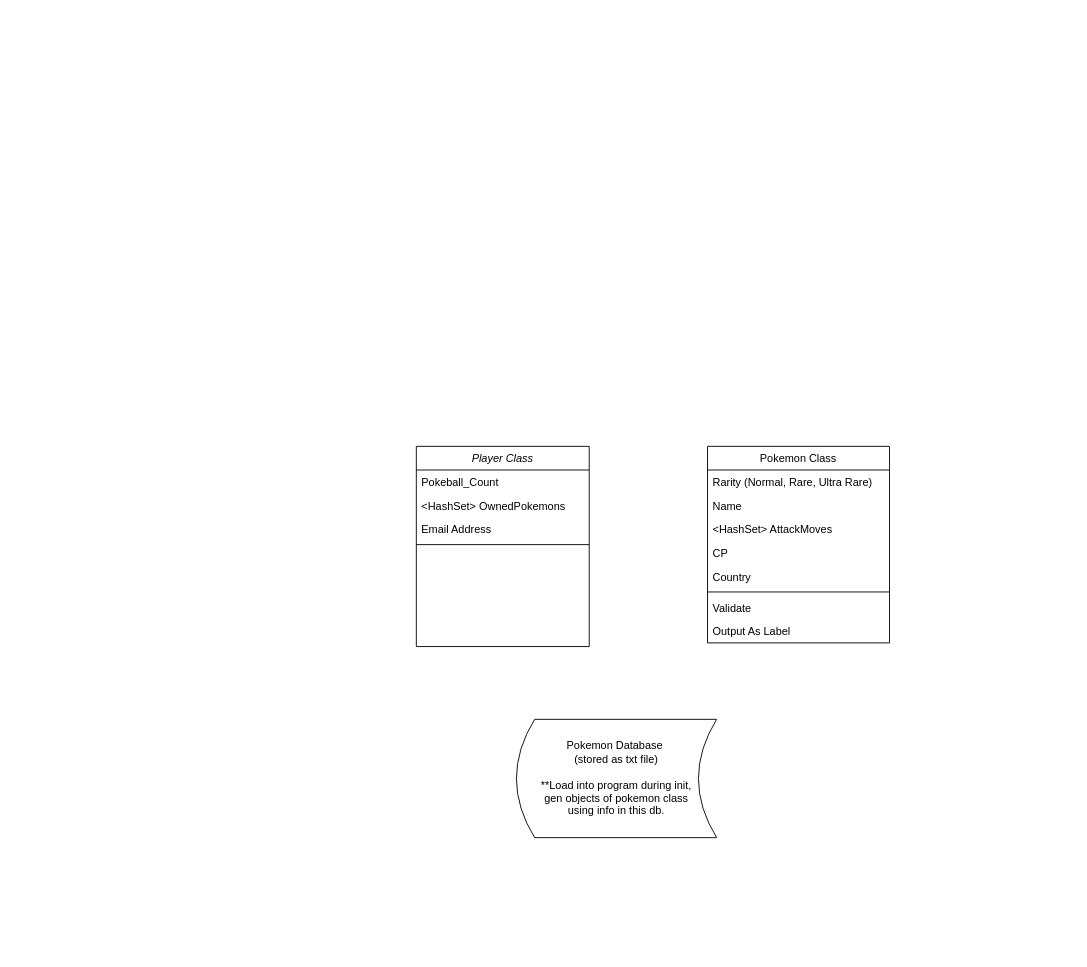
tpmmthomas/ierg3080-pokemon-go keeps this draw.io diagram as Untitled Diagram.drawio. Above is the earlier version. Source tidied: cells renumbered, new cells numbered last; positions are measured from the earlier drawing's top-left corner, leaving out a move shared by most shapes. Both pictures are drawn from the tidied source at 91%, with x=0, y=0 at pixel (416, 446).
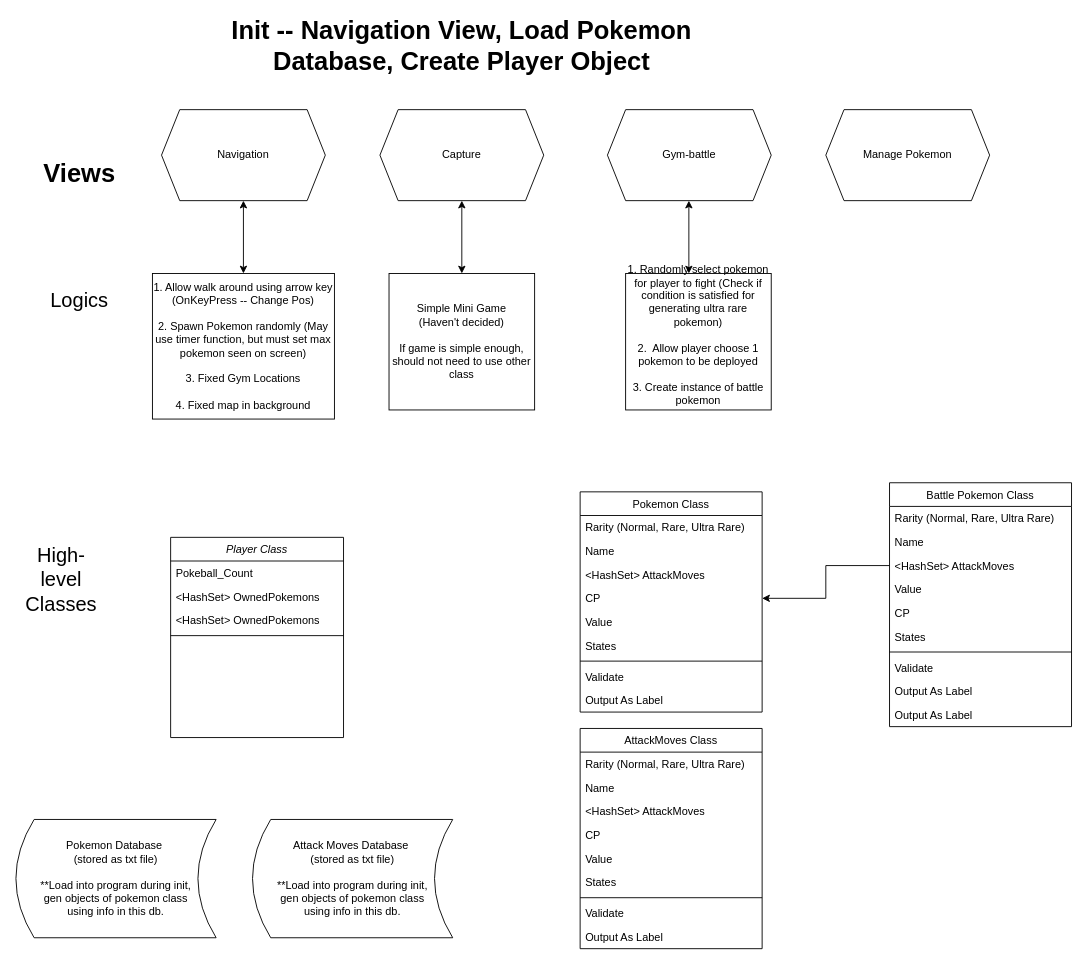
After the change.

Unchanged cells that the change refers to:
```xml
<mxCell id="10" value="&lt;HashSet&gt; AttackMoves" style="text;align=left;verticalAlign=top;spacingLeft=4;spacingRight=4;overflow=hidden;points=[[0,0.5],[1,0.5]];portConstraint=eastwest;rounded=0;shadow=0;html=0;" parent="7" vertex="1">
  <mxGeometry y="78" width="200" height="26" as="geometry" />
</mxCell>
```

Diff of the diagram source:
```diff
@@
     <mxCell id="2" value="Player Class" style="swimlane;fontStyle=2;align=center;verticalAlign=top;horizontal=1;startSize=26;rounded=0;shadow=0;strokeWidth=1;" parent="1" vertex="1">
-      <mxGeometry width="190" height="220" as="geometry" />
+      <mxGeometry x="-270" y="100" width="190" height="220" as="geometry" />
     </mxCell>
@@
-    <mxCell id="5" value="Email Address" style="text;align=left;verticalAlign=top;spacingLeft=4;spacingRight=4;overflow=hidden;rounded=0;shadow=0;html=0;" parent="2" vertex="1">
-      <mxGeometry y="78" width="190" height="26" as="geometry" />
-    </mxCell>
+    <mxCell id="17" value="&lt;HashSet&gt; OwnedPokemons" style="text;align=left;verticalAlign=top;spacingLeft=4;spacingRight=4;overflow=hidden;rounded=0;shadow=0;html=0;" parent="2" vertex="1">
+      <mxGeometry y="78" width="190" height="26" as="geometry" />
+    </mxCell>
@@
-    <mxCell id="7" value="Pokemon Class" style="swimlane;fontStyle=0;align=center;verticalAlign=top;horizontal=1;startSize=26;rounded=0;shadow=0;strokeWidth=1;" parent="1" vertex="1">
-      <mxGeometry x="320" width="200" height="216" as="geometry" />
+    <mxCell id="7" value="Battle Pokemon Class" style="swimlane;fontStyle=0;align=center;verticalAlign=top;horizontal=1;startSize=26;rounded=0;shadow=0;strokeWidth=1;" parent="1" vertex="1">
+      <mxGeometry x="520" y="40" width="200" height="268" as="geometry" />
     </mxCell>
@@
+    <mxCell id="12" value="Value" style="text;align=left;verticalAlign=top;spacingLeft=4;spacingRight=4;overflow=hidden;rounded=0;shadow=0;html=0;" parent="7" vertex="1">
+      <mxGeometry y="104" width="200" height="26" as="geometry" />
+    </mxCell>
     <mxCell id="11" value="CP" style="text;align=left;verticalAlign=top;spacingLeft=4;spacingRight=4;overflow=hidden;rounded=0;shadow=0;html=0;" parent="7" vertex="1">
-      <mxGeometry y="104" width="200" height="26" as="geometry" />
+      <mxGeometry y="130" width="200" height="26" as="geometry" />
     </mxCell>
-    <mxCell id="12" value="Country" style="text;align=left;verticalAlign=top;spacingLeft=4;spacingRight=4;overflow=hidden;rounded=0;shadow=0;html=0;" parent="7" vertex="1">
-      <mxGeometry y="130" width="200" height="26" as="geometry" />
-    </mxCell>
+    <mxCell id="18" value="States" style="text;align=left;verticalAlign=top;spacingLeft=4;spacingRight=4;overflow=hidden;rounded=0;shadow=0;html=0;" parent="7" vertex="1">
+      <mxGeometry y="156" width="200" height="26" as="geometry" />
+    </mxCell>
     <mxCell id="13" style="line;html=1;strokeWidth=1;align=left;verticalAlign=middle;spacingTop=-1;spacingLeft=3;spacingRight=3;labelPosition=right;" parent="7" vertex="1">
-      <mxGeometry y="156" width="200" height="8" as="geometry" />
+      <mxGeometry y="182" width="200" height="8" as="geometry" />
     </mxCell>
     <mxCell id="14" value="Validate" style="text;align=left;verticalAlign=top;spacingLeft=4;spacingRight=4;overflow=hidden;" parent="7" vertex="1">
-      <mxGeometry y="164" width="200" height="26" as="geometry" />
+      <mxGeometry y="190" width="200" height="26" as="geometry" />
     </mxCell>
+    <mxCell id="19" value="Output As Label" style="text;align=left;verticalAlign=top;spacingLeft=4;spacingRight=4;overflow=hidden;" parent="7" vertex="1">
+      <mxGeometry y="216" width="200" height="26" as="geometry" />
+    </mxCell>
     <mxCell id="15" value="Output As Label" style="text;align=left;verticalAlign=top;spacingLeft=4;spacingRight=4;overflow=hidden;" parent="7" vertex="1">
-      <mxGeometry y="190" width="200" height="26" as="geometry" />
+      <mxGeometry y="242" width="200" height="26" as="geometry" />
     </mxCell>
     <mxCell id="16" value="Pokemon Database&amp;nbsp;&lt;br&gt;(stored as txt file)&lt;br&gt;&lt;br&gt;**Load into program during init,&lt;br&gt;gen objects of pokemon class&lt;br&gt;using info in this db." style="shape=dataStorage;whiteSpace=wrap;html=1;fixedSize=1;" parent="1" vertex="1">
-      <mxGeometry x="110" y="300" width="220" height="130" as="geometry" />
+      <mxGeometry x="-440" y="410" width="220" height="130" as="geometry" />
     </mxCell>
+    <mxCell id="20" value="Navigation" style="shape=hexagon;perimeter=hexagonPerimeter2;whiteSpace=wrap;html=1;fixedSize=1;" parent="1" vertex="1">
+      <mxGeometry x="-280" y="-370" width="180" height="100" as="geometry" />
+    </mxCell>
+    <mxCell id="21" value="Capture" style="shape=hexagon;perimeter=hexagonPerimeter2;whiteSpace=wrap;html=1;fixedSize=1;" parent="1" vertex="1">
+      <mxGeometry x="-40" y="-370" width="180" height="100" as="geometry" />
+    </mxCell>
+    <mxCell id="22" value="Gym-battle" style="shape=hexagon;perimeter=hexagonPerimeter2;whiteSpace=wrap;html=1;fixedSize=1;" parent="1" vertex="1">
+      <mxGeometry x="210" y="-370" width="180" height="100" as="geometry" />
+    </mxCell>
+    <mxCell id="23" value="Manage Pokemon" style="shape=hexagon;perimeter=hexagonPerimeter2;whiteSpace=wrap;html=1;fixedSize=1;" parent="1" vertex="1">
+      <mxGeometry x="450" y="-370" width="180" height="100" as="geometry" />
+    </mxCell>
+    <mxCell id="24" value="Simple Mini Game&lt;br&gt;(Haven't decided)&lt;br&gt;&lt;br&gt;If game is simple enough, should not need to use other class" style="rounded=0;whiteSpace=wrap;html=1;" parent="1" vertex="1">
+      <mxGeometry x="-30" y="-190" width="160" height="150" as="geometry" />
+    </mxCell>
+    <mxCell id="25" value="1. Allow walk around using arrow key (OnKeyPress -- Change Pos)&lt;br&gt;&lt;br&gt;2. Spawn Pokemon randomly (May use timer function, but must set max pokemon seen on screen)&lt;br&gt;&lt;br&gt;3. Fixed Gym Locations&lt;br&gt;&lt;br&gt;4. Fixed map in background" style="rounded=0;whiteSpace=wrap;html=1;" parent="1" vertex="1">
+      <mxGeometry x="-290" y="-190" width="200" height="160" as="geometry" />
+    </mxCell>
+    <mxCell id="26" value="&lt;font style=&quot;font-size: 22px&quot;&gt;Logics&lt;/font&gt;" style="text;html=1;strokeColor=none;fillColor=none;align=center;verticalAlign=middle;whiteSpace=wrap;rounded=0;" parent="1" vertex="1">
+      <mxGeometry x="-390" y="-170" width="40" height="20" as="geometry" />
+    </mxCell>
+    <mxCell id="27" value="&lt;font style=&quot;font-size: 28px&quot;&gt;&lt;b&gt;Views&lt;/b&gt;&lt;/font&gt;" style="text;html=1;strokeColor=none;fillColor=none;align=center;verticalAlign=middle;whiteSpace=wrap;rounded=0;" parent="1" vertex="1">
+      <mxGeometry x="-390" y="-310" width="40" height="20" as="geometry" />
+    </mxCell>
+    <mxCell id="28" value="&lt;font style=&quot;font-size: 22px&quot;&gt;High-level Classes&lt;br&gt;&lt;br&gt;&lt;/font&gt;" style="text;html=1;strokeColor=none;fillColor=none;align=center;verticalAlign=middle;whiteSpace=wrap;rounded=0;" parent="1" vertex="1">
+      <mxGeometry x="-410" y="150" width="40" height="20" as="geometry" />
+    </mxCell>
+    <mxCell id="29" value="&lt;font style=&quot;font-size: 28px&quot;&gt;&lt;b&gt;Init -- Navigation View, Load Pokemon Database, Create Player Object&lt;/b&gt;&lt;/font&gt;" style="text;html=1;strokeColor=none;fillColor=none;align=center;verticalAlign=middle;whiteSpace=wrap;rounded=0;" parent="1" vertex="1">
+      <mxGeometry x="-270" y="-450" width="640" height="20" as="geometry" />
+    </mxCell>
+    <mxCell id="30" style="endArrow=classic;startArrow=classic;html=1;entryX=0.5;entryY=1;entryDx=0;entryDy=0;exitX=0.5;exitY=0;exitDx=0;exitDy=0;" parent="1" edge="1" source="25" target="20">
+      <mxGeometry relative="1" as="geometry" />
+    </mxCell>
+    <mxCell id="31" style="endArrow=classic;startArrow=classic;html=1;exitX=0.5;exitY=0;exitDx=0;exitDy=0;entryX=0.5;entryY=1;entryDx=0;entryDy=0;" parent="1" edge="1" source="24" target="21">
+      <mxGeometry relative="1" as="geometry" />
+    </mxCell>
+    <mxCell id="32" style="endArrow=classic;startArrow=classic;html=1;exitX=0.5;exitY=0;exitDx=0;exitDy=0;entryX=0.5;entryY=1;entryDx=0;entryDy=0;" parent="1" edge="1">
+      <mxGeometry relative="1" as="geometry">
+        <mxPoint x="299.5" y="-190" as="sourcePoint" />
+        <mxPoint x="299.5" y="-270" as="targetPoint" />
+      </mxGeometry>
+    </mxCell>
+    <mxCell id="33" value="1. Randomly select pokemon for player to fight (Check if condition is satisfied for generating ultra rare pokemon)&lt;br&gt;&lt;br&gt;2.&amp;nbsp; Allow player choose 1 pokemon to be deployed&lt;br&gt;&lt;br&gt;3. Create instance of battle pokemon&lt;br&gt;&amp;nbsp;" style="rounded=0;whiteSpace=wrap;html=1;" parent="1" vertex="1">
+      <mxGeometry x="230" y="-190" width="160" height="150" as="geometry" />
+    </mxCell>
+    <mxCell id="34" value="AttackMoves Class" style="swimlane;fontStyle=0;align=center;verticalAlign=top;horizontal=1;startSize=26;rounded=0;shadow=0;strokeWidth=1;" parent="1" vertex="1">
+      <mxGeometry x="180" y="310" width="200" height="242" as="geometry" />
+    </mxCell>
+    <mxCell id="35" value="Rarity (Normal, Rare, Ultra Rare)&#10;" style="text;align=left;verticalAlign=top;spacingLeft=4;spacingRight=4;overflow=hidden;" parent="34" vertex="1">
+      <mxGeometry y="26" width="200" height="26" as="geometry" />
+    </mxCell>
+    <mxCell id="36" value="Name" style="text;align=left;verticalAlign=top;spacingLeft=4;spacingRight=4;overflow=hidden;rounded=0;shadow=0;html=0;" parent="34" vertex="1">
+      <mxGeometry y="52" width="200" height="26" as="geometry" />
+    </mxCell>
+    <mxCell id="37" value="&lt;HashSet&gt; AttackMoves" style="text;align=left;verticalAlign=top;spacingLeft=4;spacingRight=4;overflow=hidden;rounded=0;shadow=0;html=0;" parent="34" vertex="1">
+      <mxGeometry y="78" width="200" height="26" as="geometry" />
+    </mxCell>
+    <mxCell id="38" value="CP" style="text;align=left;verticalAlign=top;spacingLeft=4;spacingRight=4;overflow=hidden;rounded=0;shadow=0;html=0;" parent="34" vertex="1">
+      <mxGeometry y="104" width="200" height="26" as="geometry" />
+    </mxCell>
+    <mxCell id="39" value="Value" style="text;align=left;verticalAlign=top;spacingLeft=4;spacingRight=4;overflow=hidden;rounded=0;shadow=0;html=0;" parent="34" vertex="1">
+      <mxGeometry y="130" width="200" height="26" as="geometry" />
+    </mxCell>
+    <mxCell id="40" value="States" style="text;align=left;verticalAlign=top;spacingLeft=4;spacingRight=4;overflow=hidden;rounded=0;shadow=0;html=0;" parent="34" vertex="1">
+      <mxGeometry y="156" width="200" height="26" as="geometry" />
+    </mxCell>
+    <mxCell id="41" style="line;html=1;strokeWidth=1;align=left;verticalAlign=middle;spacingTop=-1;spacingLeft=3;spacingRight=3;labelPosition=right;" parent="34" vertex="1">
+      <mxGeometry y="182" width="200" height="8" as="geometry" />
+    </mxCell>
+    <mxCell id="42" value="Validate" style="text;align=left;verticalAlign=top;spacingLeft=4;spacingRight=4;overflow=hidden;" parent="34" vertex="1">
+      <mxGeometry y="190" width="200" height="26" as="geometry" />
+    </mxCell>
+    <mxCell id="43" value="Output As Label" style="text;align=left;verticalAlign=top;spacingLeft=4;spacingRight=4;overflow=hidden;" parent="34" vertex="1">
+      <mxGeometry y="216" width="200" height="26" as="geometry" />
+    </mxCell>
+    <mxCell id="44" value="Pokemon Class" style="swimlane;fontStyle=0;align=center;verticalAlign=top;horizontal=1;startSize=26;rounded=0;shadow=0;strokeWidth=1;" parent="1" vertex="1">
+      <mxGeometry x="180" y="50" width="200" height="242" as="geometry" />
+    </mxCell>
+    <mxCell id="45" value="Rarity (Normal, Rare, Ultra Rare)&#10;" style="text;align=left;verticalAlign=top;spacingLeft=4;spacingRight=4;overflow=hidden;" parent="44" vertex="1">
+      <mxGeometry y="26" width="200" height="26" as="geometry" />
+    </mxCell>
+    <mxCell id="46" value="Name" style="text;align=left;verticalAlign=top;spacingLeft=4;spacingRight=4;overflow=hidden;rounded=0;shadow=0;html=0;" parent="44" vertex="1">
+      <mxGeometry y="52" width="200" height="26" as="geometry" />
+    </mxCell>
+    <mxCell id="47" value="&lt;HashSet&gt; AttackMoves" style="text;align=left;verticalAlign=top;spacingLeft=4;spacingRight=4;overflow=hidden;rounded=0;shadow=0;html=0;" parent="44" vertex="1">
+      <mxGeometry y="78" width="200" height="26" as="geometry" />
+    </mxCell>
+    <mxCell id="48" value="CP" style="text;align=left;verticalAlign=top;spacingLeft=4;spacingRight=4;overflow=hidden;points=[[0,0.5],[1,0.5]];portConstraint=eastwest;rounded=0;shadow=0;html=0;" parent="44" vertex="1">
+      <mxGeometry y="104" width="200" height="26" as="geometry" />
+    </mxCell>
+    <mxCell id="49" value="Value" style="text;align=left;verticalAlign=top;spacingLeft=4;spacingRight=4;overflow=hidden;rounded=0;shadow=0;html=0;" parent="44" vertex="1">
+      <mxGeometry y="130" width="200" height="26" as="geometry" />
+    </mxCell>
+    <mxCell id="50" value="States" style="text;align=left;verticalAlign=top;spacingLeft=4;spacingRight=4;overflow=hidden;rounded=0;shadow=0;html=0;" parent="44" vertex="1">
+      <mxGeometry y="156" width="200" height="26" as="geometry" />
+    </mxCell>
+    <mxCell id="51" style="line;html=1;strokeWidth=1;align=left;verticalAlign=middle;spacingTop=-1;spacingLeft=3;spacingRight=3;labelPosition=right;" parent="44" vertex="1">
+      <mxGeometry y="182" width="200" height="8" as="geometry" />
+    </mxCell>
+    <mxCell id="52" value="Validate" style="text;align=left;verticalAlign=top;spacingLeft=4;spacingRight=4;overflow=hidden;" parent="44" vertex="1">
+      <mxGeometry y="190" width="200" height="26" as="geometry" />
+    </mxCell>
+    <mxCell id="53" value="Output As Label" style="text;align=left;verticalAlign=top;spacingLeft=4;spacingRight=4;overflow=hidden;" parent="44" vertex="1">
+      <mxGeometry y="216" width="200" height="26" as="geometry" />
+    </mxCell>
+    <mxCell id="54" style="edgeStyle=orthogonalEdgeStyle;rounded=0;jettySize=auto;html=1;exitX=0;exitY=0.5;exitDx=0;exitDy=0;entryX=1;entryY=0.5;entryDx=0;entryDy=0;" parent="1" edge="1" source="10" target="48">
+      <mxGeometry relative="1" as="geometry" />
+    </mxCell>
+    <mxCell id="55" value="Attack Moves Database&amp;nbsp;&lt;br&gt;(stored as txt file)&lt;br&gt;&lt;br&gt;**Load into program during init,&lt;br&gt;gen objects of pokemon class&lt;br&gt;using info in this db." style="shape=dataStorage;whiteSpace=wrap;html=1;fixedSize=1;" parent="1" vertex="1">
+      <mxGeometry x="-180" y="410" width="220" height="130" as="geometry" />
+    </mxCell>
```
